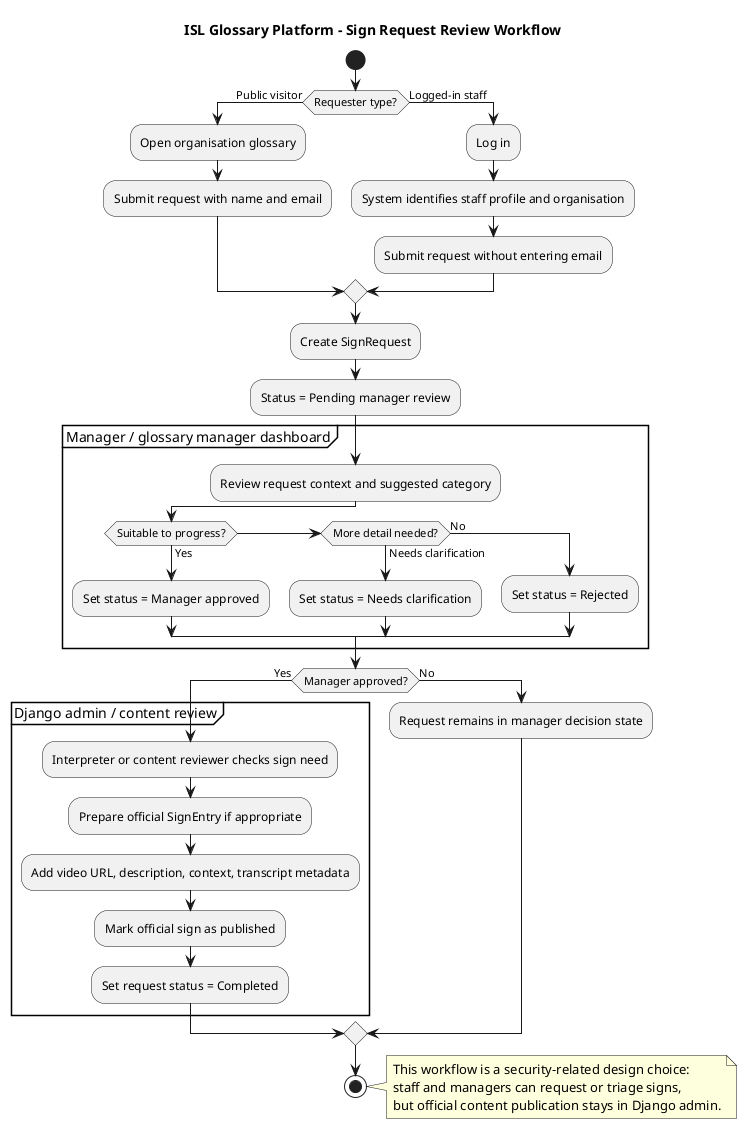
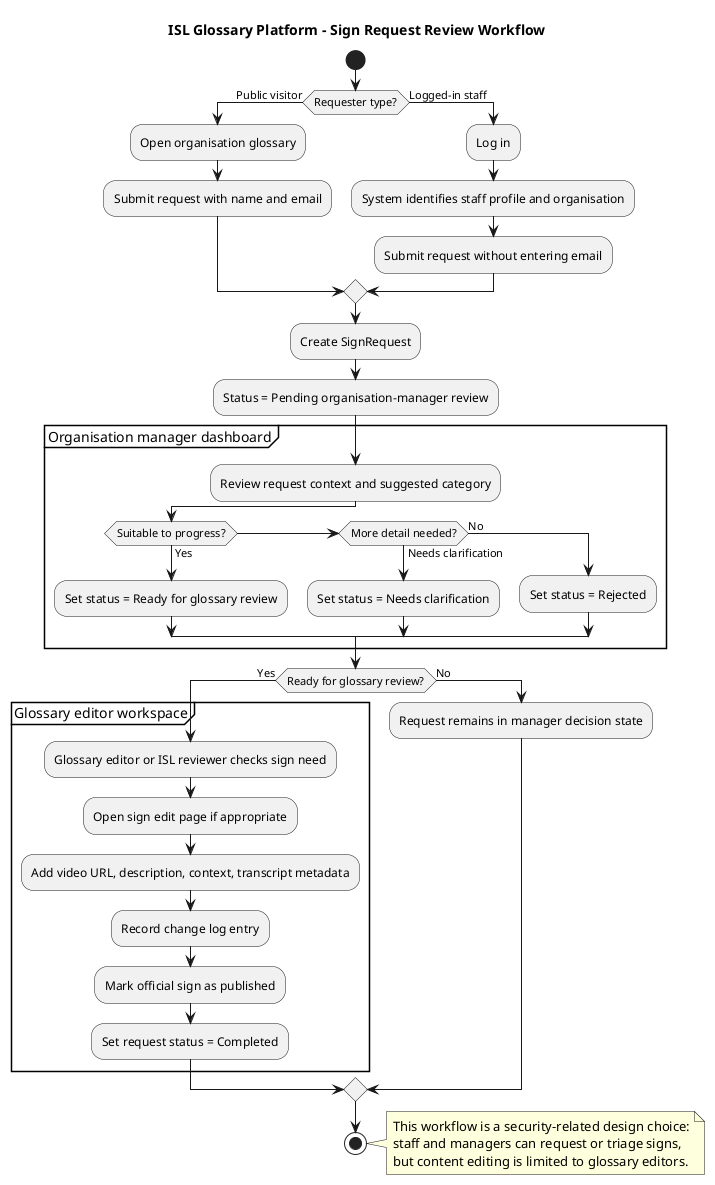
@startuml
title ISL Glossary Platform - Sign Request Review Workflow

skinparam shadowing false

start

if (Requester type?) then (Public visitor)
  :Open organisation glossary;
  :Submit request with name and email;
else (Logged-in staff)
  :Log in;
  :System identifies staff profile and organisation;
  :Submit request without entering email;
endif

:Create SignRequest;
- :Status = Pending manager review;
+ :Status = Pending organisation-manager review;

- partition "Manager / glossary manager dashboard" {
+ partition "Organisation manager dashboard" {
  :Review request context and suggested category;
  if (Suitable to progress?) then (Yes)
-     :Set status = Manager approved;
+     :Set status = Ready for glossary review;
  elseif (More detail needed?) then (Needs clarification)
    :Set status = Needs clarification;
  else (No)
    :Set status = Rejected;
  endif
}

- if (Manager approved?) then (Yes)
-   partition "Django admin / content review" {
-     :Interpreter or content reviewer checks sign need;
-     :Prepare official SignEntry if appropriate;
+ if (Ready for glossary review?) then (Yes)
+   partition "Glossary editor workspace" {
+     :Glossary editor or ISL reviewer checks sign need;
+     :Open sign edit page if appropriate;
    :Add video URL, description, context, transcript metadata;
+     :Record change log entry;
    :Mark official sign as published;
    :Set request status = Completed;
  }
else (No)
  :Request remains in manager decision state;
endif

stop

note right
This workflow is a security-related design choice:
staff and managers can request or triage signs,
- but official content publication stays in Django admin.
+ but content editing is limited to glossary editors.
end note

@enduml
